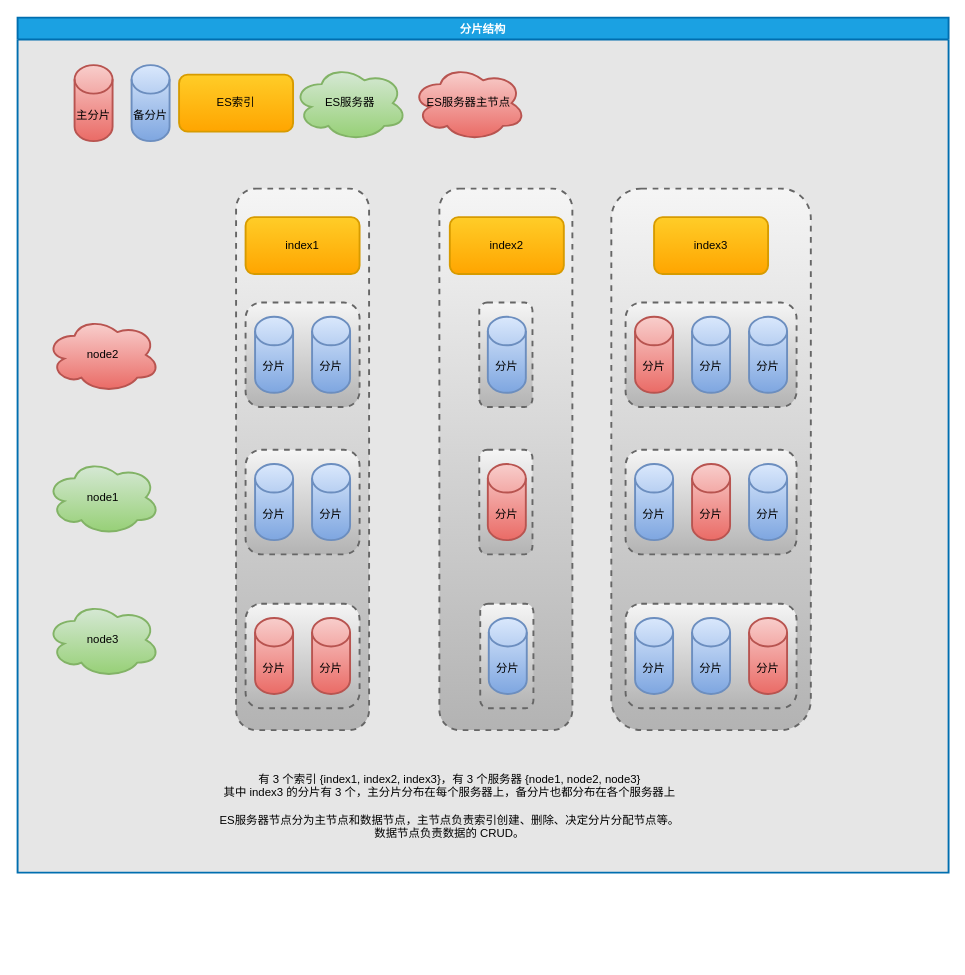
This is src/main/resource/learn.elasticsearch/索引分片.drawio from xauvlove/uml, a draw.io file, before an edit. Source tidied: cells renumbered, new cells numbered last; positions are measured from the earlier drawing's top-left corner, leaving out a move shared by most shapes. Both pictures are drawn from the tidied source at 95%, with x=0, y=0 at pixel (17, 17).
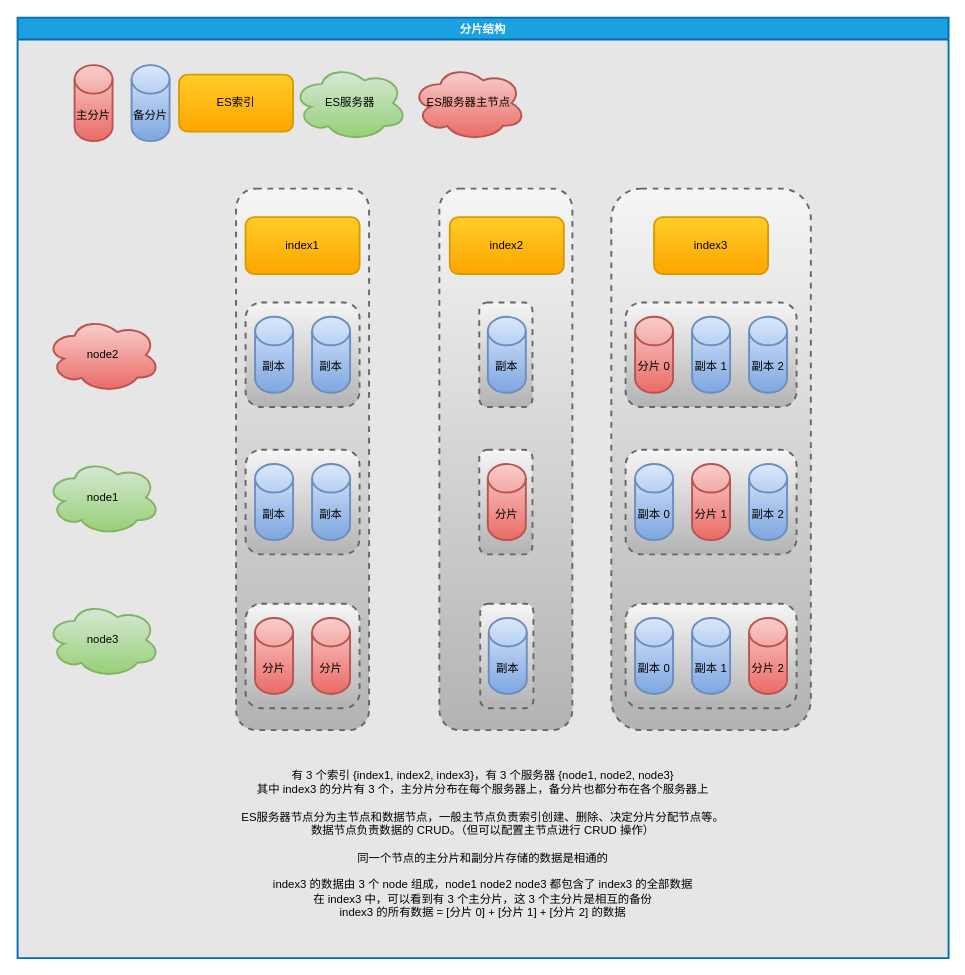
After the change.

The edit, as a diff of the source:
```diff
@@
     <mxCell id="2" value="分片结构" style="swimlane;strokeWidth=2;swimlaneFillColor=#E6E6E6;fillColor=#1ba1e2;strokeColor=#006EAF;fontColor=#ffffff;" parent="1" vertex="1">
-      <mxGeometry width="980" height="900" as="geometry" />
+      <mxGeometry width="980" height="990" as="geometry" />
     </mxCell>
@@
-    <mxCell id="14" value="分片" style="shape=cylinder3;whiteSpace=wrap;html=1;boundedLbl=1;backgroundOutline=1;size=15;strokeWidth=2;fillColor=#dae8fc;gradientColor=#7ea6e0;strokeColor=#6c8ebf;" parent="2" vertex="1">
+    <mxCell id="14" value="副本" style="shape=cylinder3;whiteSpace=wrap;html=1;boundedLbl=1;backgroundOutline=1;size=15;strokeWidth=2;fillColor=#dae8fc;gradientColor=#7ea6e0;strokeColor=#6c8ebf;" parent="2" vertex="1">
       <mxGeometry x="250" y="470" width="40" height="80" as="geometry" />
     </mxCell>
-    <mxCell id="15" value="分片" style="shape=cylinder3;whiteSpace=wrap;html=1;boundedLbl=1;backgroundOutline=1;size=15;strokeWidth=2;fillColor=#dae8fc;gradientColor=#7ea6e0;strokeColor=#6c8ebf;" parent="2" vertex="1">
+    <mxCell id="15" value="副本" style="shape=cylinder3;whiteSpace=wrap;html=1;boundedLbl=1;backgroundOutline=1;size=15;strokeWidth=2;fillColor=#dae8fc;gradientColor=#7ea6e0;strokeColor=#6c8ebf;" parent="2" vertex="1">
       <mxGeometry x="310" y="470" width="40" height="80" as="geometry" />
     </mxCell>
@@
-    <mxCell id="17" value="分片" style="shape=cylinder3;whiteSpace=wrap;html=1;boundedLbl=1;backgroundOutline=1;size=15;strokeWidth=2;fillColor=#dae8fc;gradientColor=#7ea6e0;strokeColor=#6c8ebf;" parent="2" vertex="1">
+    <mxCell id="17" value="副本" style="shape=cylinder3;whiteSpace=wrap;html=1;boundedLbl=1;backgroundOutline=1;size=15;strokeWidth=2;fillColor=#dae8fc;gradientColor=#7ea6e0;strokeColor=#6c8ebf;" parent="2" vertex="1">
       <mxGeometry x="250" y="315" width="40" height="80" as="geometry" />
     </mxCell>
-    <mxCell id="18" value="分片" style="shape=cylinder3;whiteSpace=wrap;html=1;boundedLbl=1;backgroundOutline=1;size=15;strokeWidth=2;fillColor=#dae8fc;gradientColor=#7ea6e0;strokeColor=#6c8ebf;" parent="2" vertex="1">
+    <mxCell id="18" value="副本" style="shape=cylinder3;whiteSpace=wrap;html=1;boundedLbl=1;backgroundOutline=1;size=15;strokeWidth=2;fillColor=#dae8fc;gradientColor=#7ea6e0;strokeColor=#6c8ebf;" parent="2" vertex="1">
       <mxGeometry x="310" y="315" width="40" height="80" as="geometry" />
     </mxCell>
@@
-    <mxCell id="22" value="分片" style="shape=cylinder3;whiteSpace=wrap;html=1;boundedLbl=1;backgroundOutline=1;size=15;strokeWidth=2;fillColor=#dae8fc;gradientColor=#7ea6e0;strokeColor=#6c8ebf;" parent="2" vertex="1">
+    <mxCell id="22" value="副本" style="shape=cylinder3;whiteSpace=wrap;html=1;boundedLbl=1;backgroundOutline=1;size=15;strokeWidth=2;fillColor=#dae8fc;gradientColor=#7ea6e0;strokeColor=#6c8ebf;" parent="2" vertex="1">
       <mxGeometry x="495" y="315" width="40" height="80" as="geometry" />
     </mxCell>
@@
-    <mxCell id="24" value="分片" style="shape=cylinder3;whiteSpace=wrap;html=1;boundedLbl=1;backgroundOutline=1;size=15;strokeWidth=2;fillColor=#dae8fc;gradientColor=#7ea6e0;strokeColor=#6c8ebf;" parent="2" vertex="1">
+    <mxCell id="24" value="副本" style="shape=cylinder3;whiteSpace=wrap;html=1;boundedLbl=1;backgroundOutline=1;size=15;strokeWidth=2;fillColor=#dae8fc;gradientColor=#7ea6e0;strokeColor=#6c8ebf;" parent="2" vertex="1">
       <mxGeometry x="496" y="632" width="40" height="80" as="geometry" />
     </mxCell>
@@
-    <mxCell id="26" value="分片" style="shape=cylinder3;whiteSpace=wrap;html=1;boundedLbl=1;backgroundOutline=1;size=15;strokeWidth=2;fillColor=#dae8fc;gradientColor=#7ea6e0;strokeColor=#6c8ebf;" parent="2" vertex="1">
+    <mxCell id="26" value="副本 0" style="shape=cylinder3;whiteSpace=wrap;html=1;boundedLbl=1;backgroundOutline=1;size=15;strokeWidth=2;fillColor=#dae8fc;gradientColor=#7ea6e0;strokeColor=#6c8ebf;" parent="2" vertex="1">
       <mxGeometry x="650" y="470" width="40" height="80" as="geometry" />
     </mxCell>
-    <mxCell id="27" value="分片" style="shape=cylinder3;whiteSpace=wrap;html=1;boundedLbl=1;backgroundOutline=1;size=15;strokeWidth=2;fillColor=#f8cecc;gradientColor=#ea6b66;strokeColor=#b85450;" parent="2" vertex="1">
+    <mxCell id="27" value="分片 1" style="shape=cylinder3;whiteSpace=wrap;html=1;boundedLbl=1;backgroundOutline=1;size=15;strokeWidth=2;fillColor=#f8cecc;gradientColor=#ea6b66;strokeColor=#b85450;" parent="2" vertex="1">
       <mxGeometry x="710" y="470" width="40" height="80" as="geometry" />
     </mxCell>
-    <mxCell id="28" value="分片" style="shape=cylinder3;whiteSpace=wrap;html=1;boundedLbl=1;backgroundOutline=1;size=15;strokeWidth=2;fillColor=#dae8fc;gradientColor=#7ea6e0;strokeColor=#6c8ebf;" parent="2" vertex="1">
+    <mxCell id="28" value="副本 2" style="shape=cylinder3;whiteSpace=wrap;html=1;boundedLbl=1;backgroundOutline=1;size=15;strokeWidth=2;fillColor=#dae8fc;gradientColor=#7ea6e0;strokeColor=#6c8ebf;" parent="2" vertex="1">
       <mxGeometry x="770" y="470" width="40" height="80" as="geometry" />
     </mxCell>
@@
-    <mxCell id="30" value="分片" style="shape=cylinder3;whiteSpace=wrap;html=1;boundedLbl=1;backgroundOutline=1;size=15;strokeWidth=2;fillColor=#dae8fc;gradientColor=#7ea6e0;strokeColor=#6c8ebf;" parent="2" vertex="1">
+    <mxCell id="30" value="副本 0" style="shape=cylinder3;whiteSpace=wrap;html=1;boundedLbl=1;backgroundOutline=1;size=15;strokeWidth=2;fillColor=#dae8fc;gradientColor=#7ea6e0;strokeColor=#6c8ebf;" parent="2" vertex="1">
       <mxGeometry x="650" y="632" width="40" height="80" as="geometry" />
     </mxCell>
-    <mxCell id="31" value="分片" style="shape=cylinder3;whiteSpace=wrap;html=1;boundedLbl=1;backgroundOutline=1;size=15;strokeWidth=2;fillColor=#dae8fc;gradientColor=#7ea6e0;strokeColor=#6c8ebf;" parent="2" vertex="1">
+    <mxCell id="31" value="副本 1" style="shape=cylinder3;whiteSpace=wrap;html=1;boundedLbl=1;backgroundOutline=1;size=15;strokeWidth=2;fillColor=#dae8fc;gradientColor=#7ea6e0;strokeColor=#6c8ebf;" parent="2" vertex="1">
       <mxGeometry x="710" y="632" width="40" height="80" as="geometry" />
     </mxCell>
-    <mxCell id="32" value="分片" style="shape=cylinder3;whiteSpace=wrap;html=1;boundedLbl=1;backgroundOutline=1;size=15;strokeWidth=2;fillColor=#f8cecc;gradientColor=#ea6b66;strokeColor=#b85450;" parent="2" vertex="1">
+    <mxCell id="32" value="分片 2" style="shape=cylinder3;whiteSpace=wrap;html=1;boundedLbl=1;backgroundOutline=1;size=15;strokeWidth=2;fillColor=#f8cecc;gradientColor=#ea6b66;strokeColor=#b85450;" parent="2" vertex="1">
       <mxGeometry x="770" y="632" width="40" height="80" as="geometry" />
     </mxCell>
@@
-    <mxCell id="34" value="分片" style="shape=cylinder3;whiteSpace=wrap;html=1;boundedLbl=1;backgroundOutline=1;size=15;strokeWidth=2;fillColor=#f8cecc;gradientColor=#ea6b66;strokeColor=#b85450;" parent="2" vertex="1">
+    <mxCell id="34" value="分片 0" style="shape=cylinder3;whiteSpace=wrap;html=1;boundedLbl=1;backgroundOutline=1;size=15;strokeWidth=2;fillColor=#f8cecc;gradientColor=#ea6b66;strokeColor=#b85450;" parent="2" vertex="1">
       <mxGeometry x="650" y="315" width="40" height="80" as="geometry" />
     </mxCell>
-    <mxCell id="35" value="分片" style="shape=cylinder3;whiteSpace=wrap;html=1;boundedLbl=1;backgroundOutline=1;size=15;strokeWidth=2;fillColor=#dae8fc;gradientColor=#7ea6e0;strokeColor=#6c8ebf;" parent="2" vertex="1">
+    <mxCell id="35" value="副本 1" style="shape=cylinder3;whiteSpace=wrap;html=1;boundedLbl=1;backgroundOutline=1;size=15;strokeWidth=2;fillColor=#dae8fc;gradientColor=#7ea6e0;strokeColor=#6c8ebf;" parent="2" vertex="1">
       <mxGeometry x="710" y="315" width="40" height="80" as="geometry" />
     </mxCell>
-    <mxCell id="36" value="分片" style="shape=cylinder3;whiteSpace=wrap;html=1;boundedLbl=1;backgroundOutline=1;size=15;strokeWidth=2;fillColor=#dae8fc;gradientColor=#7ea6e0;strokeColor=#6c8ebf;" parent="2" vertex="1">
+    <mxCell id="36" value="副本 2" style="shape=cylinder3;whiteSpace=wrap;html=1;boundedLbl=1;backgroundOutline=1;size=15;strokeWidth=2;fillColor=#dae8fc;gradientColor=#7ea6e0;strokeColor=#6c8ebf;" parent="2" vertex="1">
       <mxGeometry x="770" y="315" width="40" height="80" as="geometry" />
     </mxCell>
-    <mxCell id="37" value="有 3 个索引 {index1, index2, index3}，有 3 个服务器 {node1, node2, node3}&lt;br&gt;其中 index3 的分片有 3 个，主分片分布在每个服务器上，备分片也都分布在各个服务器上&lt;br&gt;&lt;br&gt;ES服务器节点分为主节点和数据节点，主节点负责索引创建、删除、决定分片分配节点等。&lt;br&gt;数据节点负责数据的 CRUD。" style="text;html=1;strokeColor=none;fillColor=none;align=center;verticalAlign=middle;whiteSpace=wrap;rounded=0;" parent="2" vertex="1">
-      <mxGeometry x="160" y="770" width="590" height="120" as="geometry" />
+    <mxCell id="37" value="有 3 个索引 {index1, index2, index3}，有 3 个服务器 {node1, node2, node3}&lt;br&gt;其中 index3 的分片有 3 个，主分片分布在每个服务器上，备分片也都分布在各个服务器上&lt;br&gt;&lt;br&gt;ES服务器节点分为主节点和数据节点，一般主节点负责索引创建、删除、决定分片分配节点等。&lt;br&gt;数据节点负责数据的 CRUD。（但可以配置主节点进行 CRUD 操作）&lt;br&gt;&lt;br&gt;同一个节点的主分片和副分片存储的数据是相通的&lt;br&gt;&lt;br&gt;index3 的数据由 3 个 node 组成，node1 node2 node3 都包含了 index3 的全部数据&lt;br&gt;在 index3 中，可以看到有 3 个主分片，这 3 个主分片是相互的备份&lt;br&gt;index3 的所有数据 = [分片 0] + [分片 1] + [分片 2] 的数据" style="text;html=1;strokeColor=none;fillColor=none;align=center;verticalAlign=middle;whiteSpace=wrap;rounded=0;" parent="2" vertex="1">
+      <mxGeometry x="90" y="770" width="800" height="200" as="geometry" />
     </mxCell>
```
